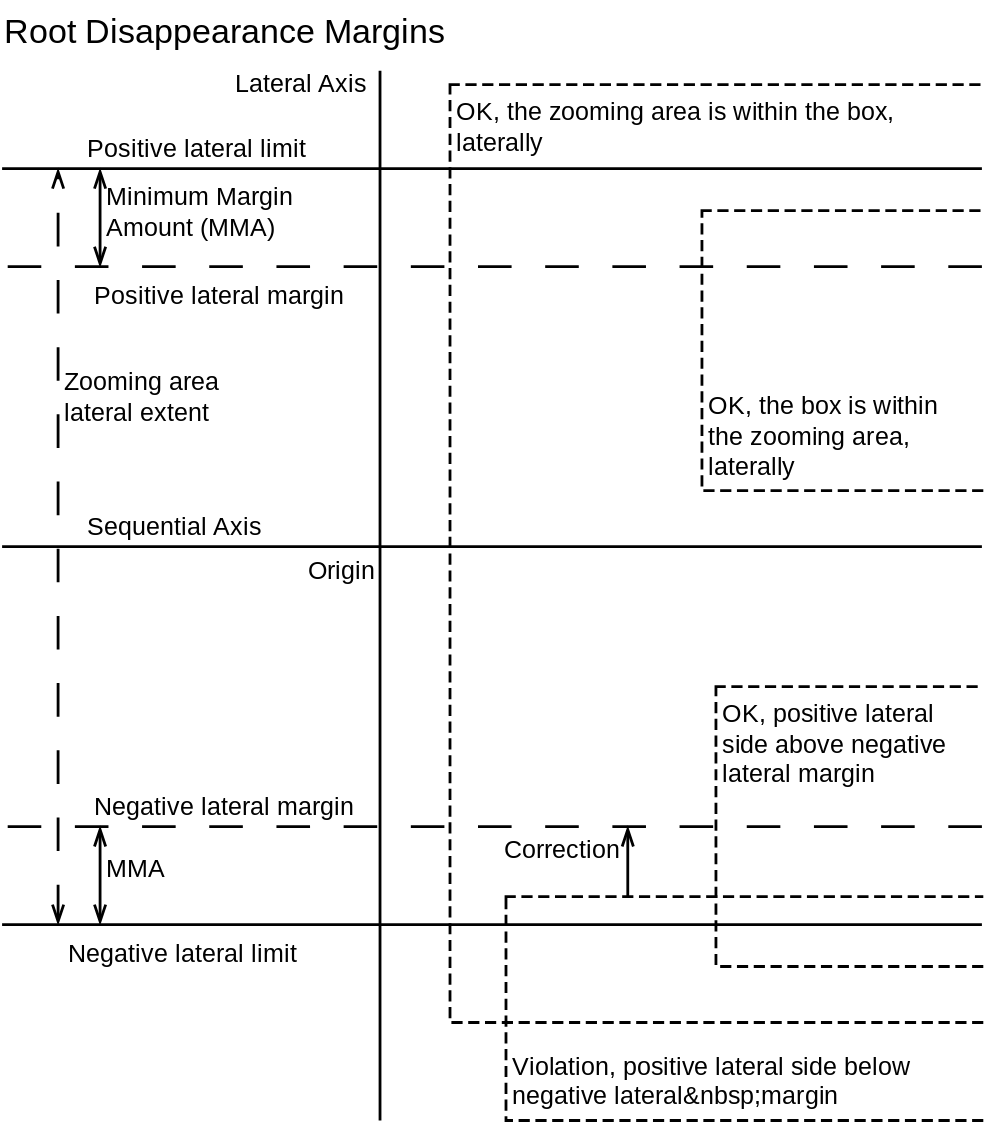
The draw.io diagram documents/Specification/07ZoomBoxMovement/RootDisappearanceMargins.svg in dasher-project/dasher-web, before a commit. Source tidied: cells renumbered, new cells last; positions are measured from the earlier drawing's top-left corner, leaving out a move shared by most shapes.
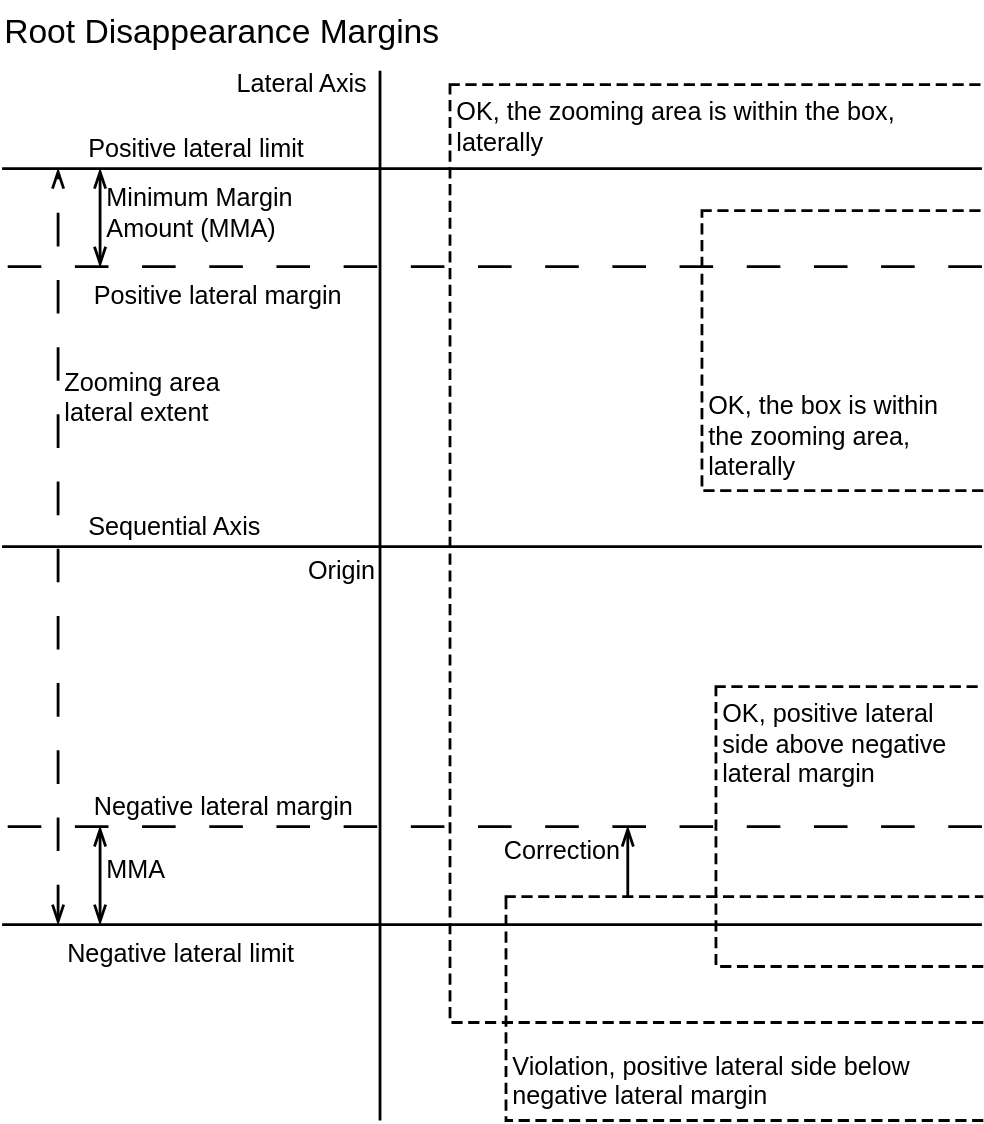
Later version of the same file.

The edit, as a diff of the source:
```diff
@@ -2,85 +2,85 @@
   <root>
     <mxCell id="0" />
     <mxCell id="1" parent="0" />
-    <mxCell id="2" value="Lateral Axis" style="endArrow=none;fontSize=18;strokeWidth=2;endFill=0;endSize=10;labelBackgroundColor=none;spacingTop=0;align=right;rounded=0;elbow=vertical;fontFamily=Open Sans;startArrow=none;startFill=0;spacing=9;verticalAlign=middle;fontSource=https%3A%2F%2Ffonts.googleapis.com%2Fcss%3Ffamily%3DOpen%2BSans;" parent="1" edge="1">
+    <mxCell id="2" value="Lateral Axis" style="endArrow=none;fontSize=18;strokeWidth=2;endFill=0;endSize=10;labelBackgroundColor=none;spacingTop=0;align=right;rounded=0;elbow=vertical;fontFamily=Helvetica;startArrow=none;startFill=0;spacing=9;verticalAlign=middle;" parent="1" edge="1">
       <mxGeometry x="-0.98" relative="1" as="geometry">
         <mxPoint x="270" y="50" as="sourcePoint" />
         <mxPoint x="270" y="800" as="targetPoint" />
       </mxGeometry>
     </mxCell>
-    <mxCell id="3" value="Sequential Axis" style="endArrow=none;fontSize=18;strokeWidth=2;endFill=0;endSize=10;labelBackgroundColor=none;spacingTop=0;align=left;rounded=0;elbow=vertical;fontFamily=Open Sans;startArrow=none;startFill=0;verticalAlign=bottom;spacing=5;fontSource=https%3A%2F%2Ffonts.googleapis.com%2Fcss%3Ffamily%3DOpen%2BSans;" parent="1" edge="1">
+    <mxCell id="3" value="Sequential Axis" style="endArrow=none;fontSize=18;strokeWidth=2;endFill=0;endSize=10;labelBackgroundColor=none;spacingTop=0;align=left;rounded=0;elbow=vertical;fontFamily=Helvetica;startArrow=none;startFill=0;verticalAlign=bottom;spacing=5;" parent="1" edge="1">
       <mxGeometry x="0.84" relative="1" as="geometry">
         <mxPoint x="700" y="390" as="sourcePoint" />
         <mxPoint y="390" as="targetPoint" />
       </mxGeometry>
     </mxCell>
-    <mxCell id="4" value="Zooming area&#10;lateral extent" style="endArrow=openThin;fontSize=18;strokeWidth=2;endFill=0;endSize=10;labelBackgroundColor=none;spacingTop=0;align=left;rounded=0;elbow=vertical;fontFamily=Open Sans;startArrow=openThin;startFill=0;dashed=1;fontSource=https%3A%2F%2Ffonts.googleapis.com%2Fcss%3Ffamily%3DOpen%2BSans;startSize=10;spacing=5;dashPattern=12 12;" parent="1" edge="1">
+    <mxCell id="4" value="Zooming area&#10;lateral extent" style="endArrow=openThin;fontSize=18;strokeWidth=2;endFill=0;endSize=10;labelBackgroundColor=none;spacingTop=0;align=left;rounded=0;elbow=vertical;fontFamily=Helvetica;startArrow=openThin;startFill=0;dashed=1;startSize=10;spacing=5;dashPattern=12 12;" parent="1" edge="1">
       <mxGeometry x="0.4" relative="1" as="geometry">
         <mxPoint x="40" y="660" as="sourcePoint" />
         <mxPoint x="40" y="120" as="targetPoint" />
       </mxGeometry>
     </mxCell>
-    <mxCell id="5" value="Minimum Margin&#10;Amount (MMA)" style="endArrow=openThin;fontSize=18;strokeWidth=2;endFill=0;endSize=10;labelBackgroundColor=none;spacingTop=0;align=left;rounded=0;elbow=vertical;fontFamily=Open Sans;startArrow=openThin;startFill=0;startSize=10;verticalAlign=middle;spacing=5;fontSource=https%3A%2F%2Ffonts.googleapis.com%2Fcss%3Ffamily%3DOpen%2BSans;" parent="1" edge="1">
+    <mxCell id="5" value="Minimum Margin&#10;Amount (MMA)" style="endArrow=openThin;fontSize=18;strokeWidth=2;endFill=0;endSize=10;labelBackgroundColor=none;spacingTop=0;align=left;rounded=0;elbow=vertical;fontFamily=Helvetica;startArrow=openThin;startFill=0;startSize=10;verticalAlign=middle;spacing=5;" parent="1" edge="1">
       <mxGeometry x="-0.14" relative="1" as="geometry">
         <mxPoint x="70" y="120" as="sourcePoint" />
         <mxPoint x="70" y="190" as="targetPoint" />
       </mxGeometry>
     </mxCell>
-    <mxCell id="6" value="Positive lateral limit" style="endArrow=none;fontSize=18;strokeWidth=2;endFill=0;endSize=10;labelBackgroundColor=none;spacingTop=0;align=left;rounded=0;elbow=vertical;fontFamily=Open Sans;startArrow=none;startFill=0;verticalAlign=bottom;spacing=5;fontSource=https%3A%2F%2Ffonts.googleapis.com%2Fcss%3Ffamily%3DOpen%2BSans;" parent="1" edge="1">
+    <mxCell id="6" value="Positive lateral limit" style="endArrow=none;fontSize=18;strokeWidth=2;endFill=0;endSize=10;labelBackgroundColor=none;spacingTop=0;align=left;rounded=0;elbow=vertical;fontFamily=Helvetica;startArrow=none;startFill=0;verticalAlign=bottom;spacing=5;" parent="1" edge="1">
       <mxGeometry x="0.84" relative="1" as="geometry">
         <mxPoint x="700" y="120" as="sourcePoint" />
         <mxPoint y="120" as="targetPoint" />
       </mxGeometry>
     </mxCell>
-    <mxCell id="7" value="Negative lateral limit" style="endArrow=none;fontSize=18;strokeWidth=2;endFill=0;endSize=10;labelBackgroundColor=none;spacingTop=0;align=left;rounded=0;elbow=vertical;fontFamily=Open Sans;startArrow=none;startFill=0;verticalAlign=top;spacing=5;fontSource=https%3A%2F%2Ffonts.googleapis.com%2Fcss%3Ffamily%3DOpen%2BSans;" parent="1" edge="1">
+    <mxCell id="7" value="Negative lateral limit" style="endArrow=none;fontSize=18;strokeWidth=2;endFill=0;endSize=10;labelBackgroundColor=none;spacingTop=0;align=left;rounded=0;elbow=vertical;fontFamily=Helvetica;startArrow=none;startFill=0;verticalAlign=top;spacing=5;" parent="1" edge="1">
       <mxGeometry x="0.88" relative="1" as="geometry">
         <mxPoint x="700" y="660" as="sourcePoint" />
         <mxPoint y="660" as="targetPoint" />
       </mxGeometry>
     </mxCell>
-    <mxCell id="8" value="Positive lateral margin" style="endArrow=none;fontSize=18;strokeWidth=2;endFill=0;endSize=10;labelBackgroundColor=none;spacingTop=0;align=left;rounded=0;elbow=vertical;fontFamily=Open Sans;startArrow=none;startFill=0;verticalAlign=top;spacing=5;fontSource=https%3A%2F%2Ffonts.googleapis.com%2Fcss%3Ffamily%3DOpen%2BSans;dashed=1;dashPattern=12 12;" parent="1" edge="1">
+    <mxCell id="8" value="Positive lateral margin" style="endArrow=none;fontSize=18;strokeWidth=2;endFill=0;endSize=10;labelBackgroundColor=none;spacingTop=0;align=left;rounded=0;elbow=vertical;fontFamily=Helvetica;startArrow=none;startFill=0;verticalAlign=top;spacing=5;dashed=1;dashPattern=12 12;" parent="1" edge="1">
       <mxGeometry x="0.83" relative="1" as="geometry">
         <mxPoint x="700" y="190" as="sourcePoint" />
         <mxPoint y="190" as="targetPoint" />
       </mxGeometry>
     </mxCell>
-    <mxCell id="9" value="Negative lateral margin" style="endArrow=none;fontSize=18;strokeWidth=2;endFill=0;endSize=10;labelBackgroundColor=none;spacingTop=0;align=left;rounded=0;elbow=vertical;fontFamily=Open Sans;startArrow=none;startFill=0;verticalAlign=bottom;spacing=5;fontSource=https%3A%2F%2Ffonts.googleapis.com%2Fcss%3Ffamily%3DOpen%2BSans;dashed=1;dashPattern=12 12;" parent="1" edge="1">
+    <mxCell id="9" value="Negative lateral margin" style="endArrow=none;fontSize=18;strokeWidth=2;endFill=0;endSize=10;labelBackgroundColor=none;spacingTop=0;align=left;rounded=0;elbow=vertical;fontFamily=Helvetica;startArrow=none;startFill=0;verticalAlign=bottom;spacing=5;dashed=1;dashPattern=12 12;" parent="1" edge="1">
       <mxGeometry x="0.83" relative="1" as="geometry">
         <mxPoint x="700" y="590" as="sourcePoint" />
         <mxPoint y="590" as="targetPoint" />
       </mxGeometry>
     </mxCell>
-    <mxCell id="10" value="Origin" style="rounded=0;shadow=0;comic=0;labelBackgroundColor=none;strokeWidth=2;fillColor=none;fontFamily=Open Sans;fontSize=18;align=right;arcSize=20;spacingTop=0;spacingLeft=0;spacing=2;spacingBottom=0;spacingRight=0;strokeColor=none;verticalAlign=top;fontSource=https%3A%2F%2Ffonts.googleapis.com%2Fcss%3Ffamily%3DOpen%2BSans;" parent="1" vertex="1">
+    <mxCell id="10" value="Origin" style="rounded=0;shadow=0;comic=0;labelBackgroundColor=none;strokeWidth=2;fillColor=none;fontFamily=Helvetica;fontSize=18;align=right;arcSize=20;spacingTop=0;spacingLeft=0;spacing=2;spacingBottom=0;spacingRight=0;strokeColor=none;verticalAlign=top;" parent="1" vertex="1">
       <mxGeometry x="199" y="390" width="70" height="30" as="geometry" />
     </mxCell>
-    <mxCell id="11" value="OK, the zooming area is within the box, laterally" style="shape=partialRectangle;bottom=1;top=1;fillColor=none;strokeWidth=2;fontSize=18;right=0;fontFamily=Open Sans;align=left;verticalAlign=top;spacing=5;labelPosition=center;verticalLabelPosition=middle;spacingBottom=0;spacingTop=0;labelBackgroundColor=none;fontSource=https%3A%2F%2Ffonts.googleapis.com%2Fcss%3Ffamily%3DOpen%2BSans;dashed=1;whiteSpace=wrap;" parent="1" vertex="1">
+    <mxCell id="11" value="OK, the zooming area is within the box, laterally" style="shape=partialRectangle;bottom=1;top=1;fillColor=none;strokeWidth=2;fontSize=18;right=0;fontFamily=Helvetica;align=left;verticalAlign=top;spacing=5;labelPosition=center;verticalLabelPosition=middle;spacingBottom=0;spacingTop=0;labelBackgroundColor=none;dashed=1;whiteSpace=wrap;" parent="1" vertex="1">
       <mxGeometry x="320" y="60" width="380" height="670" as="geometry" />
     </mxCell>
-    <mxCell id="12" value="MMA" style="endArrow=openThin;fontSize=18;strokeWidth=2;endFill=0;endSize=10;labelBackgroundColor=none;spacingTop=0;align=left;rounded=0;elbow=vertical;fontFamily=Open Sans;startArrow=openThin;startFill=0;startSize=10;verticalAlign=bottom;spacing=5;fontSource=https%3A%2F%2Ffonts.googleapis.com%2Fcss%3Ffamily%3DOpen%2BSans;" parent="1" edge="1">
+    <mxCell id="12" value="MMA" style="endArrow=openThin;fontSize=18;strokeWidth=2;endFill=0;endSize=10;labelBackgroundColor=none;spacingTop=0;align=left;rounded=0;elbow=vertical;fontFamily=Helvetica;startArrow=openThin;startFill=0;startSize=10;verticalAlign=bottom;spacing=5;" parent="1" edge="1">
       <mxGeometry x="0.3" relative="1" as="geometry">
         <mxPoint x="70" y="590" as="sourcePoint" />
         <mxPoint x="70" y="660" as="targetPoint" />
         <mxPoint y="-1" as="offset" />
       </mxGeometry>
     </mxCell>
-    <mxCell id="13" value="OK, positive lateral side above negative lateral margin" style="shape=partialRectangle;bottom=1;top=1;fillColor=none;strokeWidth=2;fontSize=18;right=0;fontFamily=Open Sans;align=left;verticalAlign=top;spacing=5;labelPosition=center;verticalLabelPosition=middle;spacingBottom=0;spacingTop=0;labelBackgroundColor=none;fontSource=https%3A%2F%2Ffonts.googleapis.com%2Fcss%3Ffamily%3DOpen%2BSans;dashed=1;whiteSpace=wrap;" parent="1" vertex="1">
+    <mxCell id="13" value="OK, positive lateral side above negative lateral margin" style="shape=partialRectangle;bottom=1;top=1;fillColor=none;strokeWidth=2;fontSize=18;right=0;fontFamily=Helvetica;align=left;verticalAlign=top;spacing=5;labelPosition=center;verticalLabelPosition=middle;spacingBottom=0;spacingTop=0;labelBackgroundColor=none;dashed=1;whiteSpace=wrap;" parent="1" vertex="1">
       <mxGeometry x="510" y="490" width="190" height="200" as="geometry" />
     </mxCell>
-    <mxCell id="14" value="Violation, positive lateral side below negative lateral&amp;nbsp;margin" style="shape=partialRectangle;bottom=1;top=1;fillColor=none;strokeWidth=2;fontSize=18;right=0;fontFamily=Open Sans;align=left;verticalAlign=bottom;spacing=5;labelPosition=center;verticalLabelPosition=middle;spacingBottom=0;spacingTop=0;labelBackgroundColor=none;fontSource=https%3A%2F%2Ffonts.googleapis.com%2Fcss%3Ffamily%3DOpen%2BSans;dashed=1;whiteSpace=wrap;" parent="1" vertex="1">
+    <mxCell id="14" value="Violation, positive lateral side below negative lateral margin" style="shape=partialRectangle;bottom=1;top=1;fillColor=none;strokeWidth=2;fontSize=18;right=0;fontFamily=Helvetica;align=left;verticalAlign=bottom;spacing=5;labelPosition=center;verticalLabelPosition=middle;spacingBottom=0;spacingTop=0;labelBackgroundColor=none;dashed=1;whiteSpace=wrap;" parent="1" vertex="1">
       <mxGeometry x="360" y="640" width="340" height="160" as="geometry" />
     </mxCell>
-    <mxCell id="15" value="Correction" style="endArrow=none;fontSize=18;strokeWidth=2;endFill=0;endSize=10;labelBackgroundColor=none;spacingTop=0;align=right;rounded=0;elbow=vertical;fontFamily=Open Sans;startArrow=openThin;startFill=0;startSize=10;verticalAlign=bottom;spacing=5;fontSource=https%3A%2F%2Ffonts.googleapis.com%2Fcss%3Ffamily%3DOpen%2BSans;" parent="1" edge="1">
+    <mxCell id="15" value="Correction" style="endArrow=none;fontSize=18;strokeWidth=2;endFill=0;endSize=10;labelBackgroundColor=none;spacingTop=0;align=right;rounded=0;elbow=vertical;fontFamily=Helvetica;startArrow=openThin;startFill=0;startSize=10;verticalAlign=bottom;spacing=5;" parent="1" edge="1">
       <mxGeometry x="0.3" relative="1" as="geometry">
         <mxPoint x="447" y="590" as="sourcePoint" />
         <mxPoint x="447" y="640" as="targetPoint" />
         <mxPoint y="-1" as="offset" />
       </mxGeometry>
     </mxCell>
-    <mxCell id="16" value="OK, the box is within the zooming area, laterally" style="shape=partialRectangle;bottom=1;top=1;fillColor=none;strokeWidth=2;fontSize=18;right=0;fontFamily=Open Sans;align=left;verticalAlign=bottom;spacing=5;labelPosition=center;verticalLabelPosition=middle;spacingBottom=0;spacingTop=0;labelBackgroundColor=none;fontSource=https%3A%2F%2Ffonts.googleapis.com%2Fcss%3Ffamily%3DOpen%2BSans;dashed=1;whiteSpace=wrap;" parent="1" vertex="1">
+    <mxCell id="16" value="OK, the box is within the zooming area, laterally" style="shape=partialRectangle;bottom=1;top=1;fillColor=none;strokeWidth=2;fontSize=18;right=0;fontFamily=Helvetica;align=left;verticalAlign=bottom;spacing=5;labelPosition=center;verticalLabelPosition=middle;spacingBottom=0;spacingTop=0;labelBackgroundColor=none;dashed=1;whiteSpace=wrap;" parent="1" vertex="1">
       <mxGeometry x="500" y="150" width="200" height="200" as="geometry" />
     </mxCell>
-    <mxCell id="17" value="Root Disappearance Margins" style="text;align=left;verticalAlign=middle;strokeColor=none;fillColor=none;fontFamily=Open Sans;fontSource=https%3A%2F%2Ffonts.googleapis.com%2Fcss%3Ffamily%3DOpen%2BSans;fontSize=24;" parent="1" vertex="1">
-      <mxGeometry width="350" height="40" as="geometry" />
+    <mxCell id="17" value="Root Disappearance Margins" style="text;align=left;verticalAlign=middle;strokeColor=none;fillColor=none;fontFamily=Helvetica;fontSize=24;" parent="1" vertex="1">
+      <mxGeometry width="330" height="40" as="geometry" />
     </mxCell>
   </root>
 </mxGraphModel>
```
